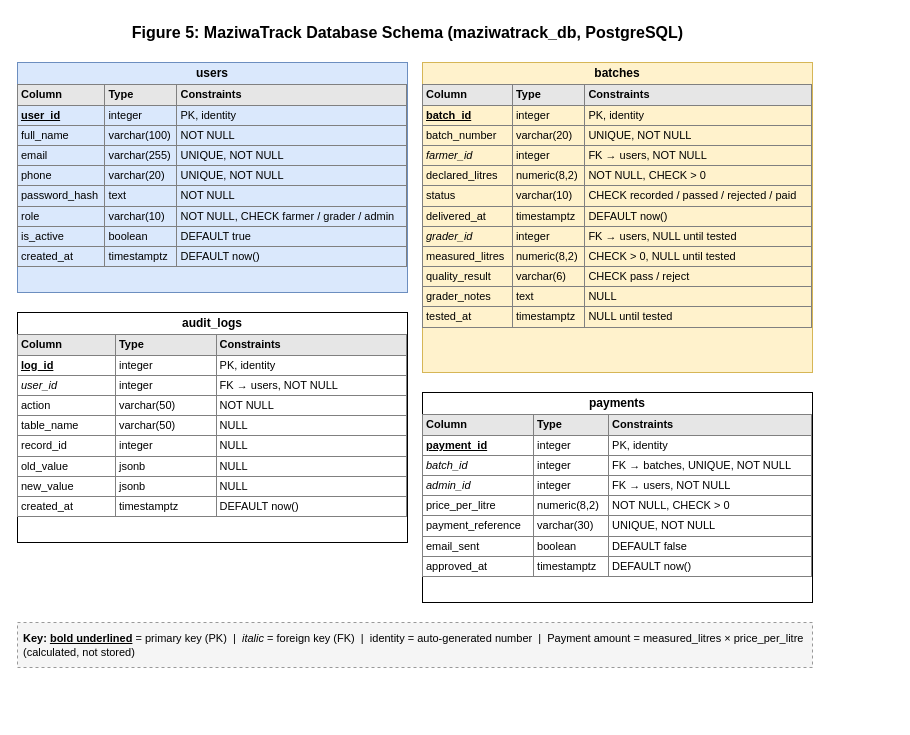
This is Diagrams/DB_Schema.drawio from Cs-Star-Korir/Maziwa_Track_IS, a draw.io file, before an edit. Source tidied: cells renumbered, new cells numbered last; positions are measured from the earlier drawing's top-left corner, leaving out a move shared by most shapes. Both pictures are drawn from the tidied source at 100%, with x=0, y=0 at pixel (17, 17).
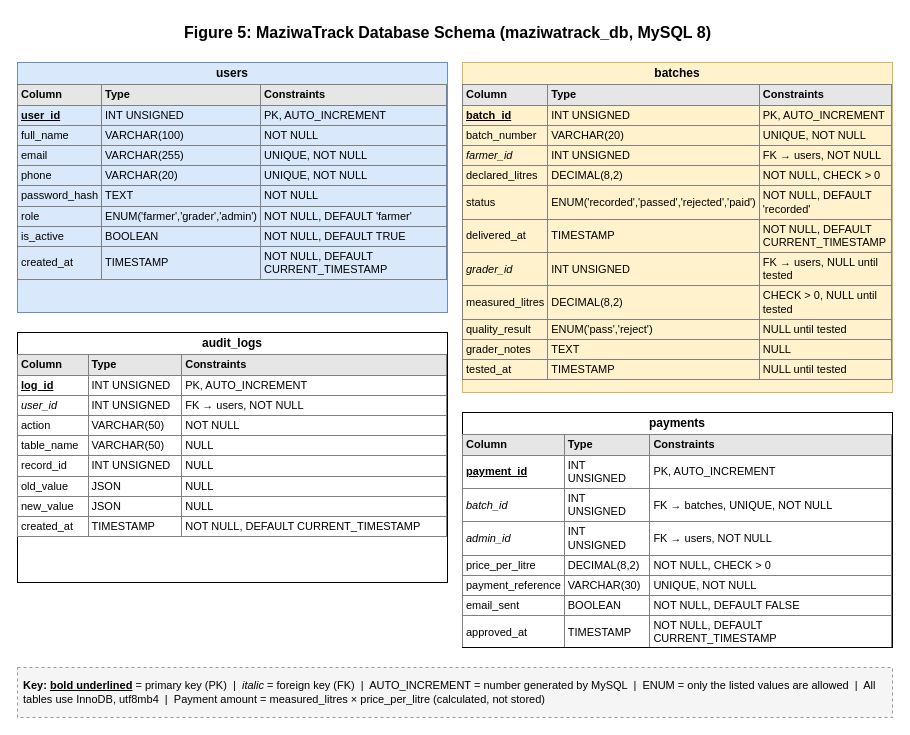
After the change.

The edit, as a diff of the source:
```diff
@@
 <mxGraphModel>
   <root>
     <mxCell id="0" />
     <mxCell id="1" parent="0" />
+    <mxCell id="8" style="group;" parent="1" vertex="1">
+      <mxGeometry width="875" height="700" as="geometry" />
+    </mxCell>
-    <mxCell id="2" value="Figure 5: MaziwaTrack Database Schema (maziwatrack_db, PostgreSQL)" style="text;html=1;align=center;verticalAlign=middle;fontSize=16;fontStyle=1;" parent="1" vertex="1">
-      <mxGeometry x="80" width="620" height="30" as="geometry" />
+    <mxCell id="2" value="Figure 5: MaziwaTrack Database Schema (maziwatrack_db, MySQL 8)" style="text;html=1;align=center;verticalAlign=middle;fontSize=16;fontStyle=1;" parent="8" vertex="1">
+      <mxGeometry x="110" width="640" height="30" as="geometry" />
     </mxCell>
-    <mxCell id="3" value="&lt;p style='margin:4px;text-align:center'&gt;&lt;b&gt;users&lt;/b&gt;&lt;/p&gt;&lt;table border='1' cellpadding='3' style='border-collapse:collapse;width:100%;font-size:11px'&gt;&lt;tr style='background:#e6e6e6'&gt;&lt;th align='left'&gt;Column&lt;/th&gt;&lt;th align='left'&gt;Type&lt;/th&gt;&lt;th align='left'&gt;Constraints&lt;/th&gt;&lt;/tr&gt;&lt;tr&gt;&lt;td&gt;&lt;b&gt;&lt;u&gt;user_id&lt;/u&gt;&lt;/b&gt;&lt;/td&gt;&lt;td&gt;integer&lt;/td&gt;&lt;td&gt;PK, identity&lt;/td&gt;&lt;/tr&gt;&lt;tr&gt;&lt;td&gt;full_name&lt;/td&gt;&lt;td&gt;varchar(100)&lt;/td&gt;&lt;td&gt;NOT NULL&lt;/td&gt;&lt;/tr&gt;&lt;tr&gt;&lt;td&gt;email&lt;/td&gt;&lt;td&gt;varchar(255)&lt;/td&gt;&lt;td&gt;UNIQUE, NOT NULL&lt;/td&gt;&lt;/tr&gt;&lt;tr&gt;&lt;td&gt;phone&lt;/td&gt;&lt;td&gt;varchar(20)&lt;/td&gt;&lt;td&gt;UNIQUE, NOT NULL&lt;/td&gt;&lt;/tr&gt;&lt;tr&gt;&lt;td&gt;password_hash&lt;/td&gt;&lt;td&gt;text&lt;/td&gt;&lt;td&gt;NOT NULL&lt;/td&gt;&lt;/tr&gt;&lt;tr&gt;&lt;td&gt;role&lt;/td&gt;&lt;td&gt;varchar(10)&lt;/td&gt;&lt;td&gt;NOT NULL, CHECK farmer / grader / admin&lt;/td&gt;&lt;/tr&gt;&lt;tr&gt;&lt;td&gt;is_active&lt;/td&gt;&lt;td&gt;boolean&lt;/td&gt;&lt;td&gt;DEFAULT true&lt;/td&gt;&lt;/tr&gt;&lt;tr&gt;&lt;td&gt;created_at&lt;/td&gt;&lt;td&gt;timestamptz&lt;/td&gt;&lt;td&gt;DEFAULT now()&lt;/td&gt;&lt;/tr&gt;&lt;/table&gt;" style="verticalAlign=top;align=left;overflow=fill;html=1;whiteSpace=wrap;fillColor=#dae8fc;strokeColor=#6c8ebf;" parent="1" vertex="1">
-      <mxGeometry y="45" width="390" height="230" as="geometry" />
+    <mxCell id="3" value="&lt;p style='margin:4px;text-align:center'&gt;&lt;b&gt;users&lt;/b&gt;&lt;/p&gt;&lt;table border='1' cellpadding='3' style='border-collapse:collapse;width:100%;font-size:11px'&gt;&lt;tr style='background:#e6e6e6'&gt;&lt;th align='left'&gt;Column&lt;/th&gt;&lt;th align='left'&gt;Type&lt;/th&gt;&lt;th align='left'&gt;Constraints&lt;/th&gt;&lt;/tr&gt;&lt;tr&gt;&lt;td&gt;&lt;b&gt;&lt;u&gt;user_id&lt;/u&gt;&lt;/b&gt;&lt;/td&gt;&lt;td&gt;INT UNSIGNED&lt;/td&gt;&lt;td&gt;PK, AUTO_INCREMENT&lt;/td&gt;&lt;/tr&gt;&lt;tr&gt;&lt;td&gt;full_name&lt;/td&gt;&lt;td&gt;VARCHAR(100)&lt;/td&gt;&lt;td&gt;NOT NULL&lt;/td&gt;&lt;/tr&gt;&lt;tr&gt;&lt;td&gt;email&lt;/td&gt;&lt;td&gt;VARCHAR(255)&lt;/td&gt;&lt;td&gt;UNIQUE, NOT NULL&lt;/td&gt;&lt;/tr&gt;&lt;tr&gt;&lt;td&gt;phone&lt;/td&gt;&lt;td&gt;VARCHAR(20)&lt;/td&gt;&lt;td&gt;UNIQUE, NOT NULL&lt;/td&gt;&lt;/tr&gt;&lt;tr&gt;&lt;td&gt;password_hash&lt;/td&gt;&lt;td&gt;TEXT&lt;/td&gt;&lt;td&gt;NOT NULL&lt;/td&gt;&lt;/tr&gt;&lt;tr&gt;&lt;td&gt;role&lt;/td&gt;&lt;td&gt;ENUM('farmer','grader','admin')&lt;/td&gt;&lt;td&gt;NOT NULL, DEFAULT 'farmer'&lt;/td&gt;&lt;/tr&gt;&lt;tr&gt;&lt;td&gt;is_active&lt;/td&gt;&lt;td&gt;BOOLEAN&lt;/td&gt;&lt;td&gt;NOT NULL, DEFAULT TRUE&lt;/td&gt;&lt;/tr&gt;&lt;tr&gt;&lt;td&gt;created_at&lt;/td&gt;&lt;td&gt;TIMESTAMP&lt;/td&gt;&lt;td&gt;NOT NULL, DEFAULT CURRENT_TIMESTAMP&lt;/td&gt;&lt;/tr&gt;&lt;/table&gt;" style="verticalAlign=top;align=left;overflow=fill;html=1;whiteSpace=wrap;fillColor=#dae8fc;strokeColor=#6c8ebf;" parent="8" vertex="1">
+      <mxGeometry y="45" width="430" height="250" as="geometry" />
     </mxCell>
-    <mxCell id="4" value="&lt;p style='margin:4px;text-align:center'&gt;&lt;b&gt;batches&lt;/b&gt;&lt;/p&gt;&lt;table border='1' cellpadding='3' style='border-collapse:collapse;width:100%;font-size:11px'&gt;&lt;tr style='background:#e6e6e6'&gt;&lt;th align='left'&gt;Column&lt;/th&gt;&lt;th align='left'&gt;Type&lt;/th&gt;&lt;th align='left'&gt;Constraints&lt;/th&gt;&lt;/tr&gt;&lt;tr&gt;&lt;td&gt;&lt;b&gt;&lt;u&gt;batch_id&lt;/u&gt;&lt;/b&gt;&lt;/td&gt;&lt;td&gt;integer&lt;/td&gt;&lt;td&gt;PK, identity&lt;/td&gt;&lt;/tr&gt;&lt;tr&gt;&lt;td&gt;batch_number&lt;/td&gt;&lt;td&gt;varchar(20)&lt;/td&gt;&lt;td&gt;UNIQUE, NOT NULL&lt;/td&gt;&lt;/tr&gt;&lt;tr&gt;&lt;td&gt;&lt;i&gt;farmer_id&lt;/i&gt;&lt;/td&gt;&lt;td&gt;integer&lt;/td&gt;&lt;td&gt;FK → users, NOT NULL&lt;/td&gt;&lt;/tr&gt;&lt;tr&gt;&lt;td&gt;declared_litres&lt;/td&gt;&lt;td&gt;numeric(8,2)&lt;/td&gt;&lt;td&gt;NOT NULL, CHECK &amp;gt; 0&lt;/td&gt;&lt;/tr&gt;&lt;tr&gt;&lt;td&gt;status&lt;/td&gt;&lt;td&gt;varchar(10)&lt;/td&gt;&lt;td&gt;CHECK recorded / passed / rejected / paid&lt;/td&gt;&lt;/tr&gt;&lt;tr&gt;&lt;td&gt;delivered_at&lt;/td&gt;&lt;td&gt;timestamptz&lt;/td&gt;&lt;td&gt;DEFAULT now()&lt;/td&gt;&lt;/tr&gt;&lt;tr&gt;&lt;td&gt;&lt;i&gt;grader_id&lt;/i&gt;&lt;/td&gt;&lt;td&gt;integer&lt;/td&gt;&lt;td&gt;FK → users, NULL until tested&lt;/td&gt;&lt;/tr&gt;&lt;tr&gt;&lt;td&gt;measured_litres&lt;/td&gt;&lt;td&gt;numeric(8,2)&lt;/td&gt;&lt;td&gt;CHECK &amp;gt; 0, NULL until tested&lt;/td&gt;&lt;/tr&gt;&lt;tr&gt;&lt;td&gt;quality_result&lt;/td&gt;&lt;td&gt;varchar(6)&lt;/td&gt;&lt;td&gt;CHECK pass / reject&lt;/td&gt;&lt;/tr&gt;&lt;tr&gt;&lt;td&gt;grader_notes&lt;/td&gt;&lt;td&gt;text&lt;/td&gt;&lt;td&gt;NULL&lt;/td&gt;&lt;/tr&gt;&lt;tr&gt;&lt;td&gt;tested_at&lt;/td&gt;&lt;td&gt;timestamptz&lt;/td&gt;&lt;td&gt;NULL until tested&lt;/td&gt;&lt;/tr&gt;&lt;/table&gt;" style="verticalAlign=top;align=left;overflow=fill;html=1;whiteSpace=wrap;fillColor=#fff2cc;strokeColor=#d6b656;" parent="1" vertex="1">
-      <mxGeometry x="405" y="45" width="390" height="310" as="geometry" />
+    <mxCell id="4" value="&lt;p style='margin:4px;text-align:center'&gt;&lt;b&gt;batches&lt;/b&gt;&lt;/p&gt;&lt;table border='1' cellpadding='3' style='border-collapse:collapse;width:100%;font-size:11px'&gt;&lt;tr style='background:#e6e6e6'&gt;&lt;th align='left'&gt;Column&lt;/th&gt;&lt;th align='left'&gt;Type&lt;/th&gt;&lt;th align='left'&gt;Constraints&lt;/th&gt;&lt;/tr&gt;&lt;tr&gt;&lt;td&gt;&lt;b&gt;&lt;u&gt;batch_id&lt;/u&gt;&lt;/b&gt;&lt;/td&gt;&lt;td&gt;INT UNSIGNED&lt;/td&gt;&lt;td&gt;PK, AUTO_INCREMENT&lt;/td&gt;&lt;/tr&gt;&lt;tr&gt;&lt;td&gt;batch_number&lt;/td&gt;&lt;td&gt;VARCHAR(20)&lt;/td&gt;&lt;td&gt;UNIQUE, NOT NULL&lt;/td&gt;&lt;/tr&gt;&lt;tr&gt;&lt;td&gt;&lt;i&gt;farmer_id&lt;/i&gt;&lt;/td&gt;&lt;td&gt;INT UNSIGNED&lt;/td&gt;&lt;td&gt;FK → users, NOT NULL&lt;/td&gt;&lt;/tr&gt;&lt;tr&gt;&lt;td&gt;declared_litres&lt;/td&gt;&lt;td&gt;DECIMAL(8,2)&lt;/td&gt;&lt;td&gt;NOT NULL, CHECK &amp;gt; 0&lt;/td&gt;&lt;/tr&gt;&lt;tr&gt;&lt;td&gt;status&lt;/td&gt;&lt;td&gt;ENUM('recorded','passed','rejected','paid')&lt;/td&gt;&lt;td&gt;NOT NULL, DEFAULT 'recorded'&lt;/td&gt;&lt;/tr&gt;&lt;tr&gt;&lt;td&gt;delivered_at&lt;/td&gt;&lt;td&gt;TIMESTAMP&lt;/td&gt;&lt;td&gt;NOT NULL, DEFAULT CURRENT_TIMESTAMP&lt;/td&gt;&lt;/tr&gt;&lt;tr&gt;&lt;td&gt;&lt;i&gt;grader_id&lt;/i&gt;&lt;/td&gt;&lt;td&gt;INT UNSIGNED&lt;/td&gt;&lt;td&gt;FK → users, NULL until tested&lt;/td&gt;&lt;/tr&gt;&lt;tr&gt;&lt;td&gt;measured_litres&lt;/td&gt;&lt;td&gt;DECIMAL(8,2)&lt;/td&gt;&lt;td&gt;CHECK &amp;gt; 0, NULL until tested&lt;/td&gt;&lt;/tr&gt;&lt;tr&gt;&lt;td&gt;quality_result&lt;/td&gt;&lt;td&gt;ENUM('pass','reject')&lt;/td&gt;&lt;td&gt;NULL until tested&lt;/td&gt;&lt;/tr&gt;&lt;tr&gt;&lt;td&gt;grader_notes&lt;/td&gt;&lt;td&gt;TEXT&lt;/td&gt;&lt;td&gt;NULL&lt;/td&gt;&lt;/tr&gt;&lt;tr&gt;&lt;td&gt;tested_at&lt;/td&gt;&lt;td&gt;TIMESTAMP&lt;/td&gt;&lt;td&gt;NULL until tested&lt;/td&gt;&lt;/tr&gt;&lt;/table&gt;" style="verticalAlign=top;align=left;overflow=fill;html=1;whiteSpace=wrap;fillColor=#fff2cc;strokeColor=#d6b656;" parent="8" vertex="1">
+      <mxGeometry x="445" y="45" width="430" height="330" as="geometry" />
     </mxCell>
-    <mxCell id="5" value="&lt;p style='margin:4px;text-align:center'&gt;&lt;b&gt;audit_logs&lt;/b&gt;&lt;/p&gt;&lt;table border='1' cellpadding='3' style='border-collapse:collapse;width:100%;font-size:11px'&gt;&lt;tr style='background:#e6e6e6'&gt;&lt;th align='left'&gt;Column&lt;/th&gt;&lt;th align='left'&gt;Type&lt;/th&gt;&lt;th align='left'&gt;Constraints&lt;/th&gt;&lt;/tr&gt;&lt;tr&gt;&lt;td&gt;&lt;b&gt;&lt;u&gt;log_id&lt;/u&gt;&lt;/b&gt;&lt;/td&gt;&lt;td&gt;integer&lt;/td&gt;&lt;td&gt;PK, identity&lt;/td&gt;&lt;/tr&gt;&lt;tr&gt;&lt;td&gt;&lt;i&gt;user_id&lt;/i&gt;&lt;/td&gt;&lt;td&gt;integer&lt;/td&gt;&lt;td&gt;FK → users, NOT NULL&lt;/td&gt;&lt;/tr&gt;&lt;tr&gt;&lt;td&gt;action&lt;/td&gt;&lt;td&gt;varchar(50)&lt;/td&gt;&lt;td&gt;NOT NULL&lt;/td&gt;&lt;/tr&gt;&lt;tr&gt;&lt;td&gt;table_name&lt;/td&gt;&lt;td&gt;varchar(50)&lt;/td&gt;&lt;td&gt;NULL&lt;/td&gt;&lt;/tr&gt;&lt;tr&gt;&lt;td&gt;record_id&lt;/td&gt;&lt;td&gt;integer&lt;/td&gt;&lt;td&gt;NULL&lt;/td&gt;&lt;/tr&gt;&lt;tr&gt;&lt;td&gt;old_value&lt;/td&gt;&lt;td&gt;jsonb&lt;/td&gt;&lt;td&gt;NULL&lt;/td&gt;&lt;/tr&gt;&lt;tr&gt;&lt;td&gt;new_value&lt;/td&gt;&lt;td&gt;jsonb&lt;/td&gt;&lt;td&gt;NULL&lt;/td&gt;&lt;/tr&gt;&lt;tr&gt;&lt;td&gt;created_at&lt;/td&gt;&lt;td&gt;timestamptz&lt;/td&gt;&lt;td&gt;DEFAULT now()&lt;/td&gt;&lt;/tr&gt;&lt;/table&gt;" style="verticalAlign=top;align=left;overflow=fill;html=1;whiteSpace=wrap;" parent="1" vertex="1">
-      <mxGeometry y="295" width="390" height="230" as="geometry" />
-    </mxCell>
+    <mxCell id="9" value="&lt;p style='margin:4px;text-align:center'&gt;&lt;b&gt;audit_logs&lt;/b&gt;&lt;/p&gt;&lt;table border='1' cellpadding='3' style='border-collapse:collapse;width:100%;font-size:11px'&gt;&lt;tr style='background:#e6e6e6'&gt;&lt;th align='left'&gt;Column&lt;/th&gt;&lt;th align='left'&gt;Type&lt;/th&gt;&lt;th align='left'&gt;Constraints&lt;/th&gt;&lt;/tr&gt;&lt;tr&gt;&lt;td&gt;&lt;b&gt;&lt;u&gt;log_id&lt;/u&gt;&lt;/b&gt;&lt;/td&gt;&lt;td&gt;INT UNSIGNED&lt;/td&gt;&lt;td&gt;PK, AUTO_INCREMENT&lt;/td&gt;&lt;/tr&gt;&lt;tr&gt;&lt;td&gt;&lt;i&gt;user_id&lt;/i&gt;&lt;/td&gt;&lt;td&gt;INT UNSIGNED&lt;/td&gt;&lt;td&gt;FK → users, NOT NULL&lt;/td&gt;&lt;/tr&gt;&lt;tr&gt;&lt;td&gt;action&lt;/td&gt;&lt;td&gt;VARCHAR(50)&lt;/td&gt;&lt;td&gt;NOT NULL&lt;/td&gt;&lt;/tr&gt;&lt;tr&gt;&lt;td&gt;table_name&lt;/td&gt;&lt;td&gt;VARCHAR(50)&lt;/td&gt;&lt;td&gt;NULL&lt;/td&gt;&lt;/tr&gt;&lt;tr&gt;&lt;td&gt;record_id&lt;/td&gt;&lt;td&gt;INT UNSIGNED&lt;/td&gt;&lt;td&gt;NULL&lt;/td&gt;&lt;/tr&gt;&lt;tr&gt;&lt;td&gt;old_value&lt;/td&gt;&lt;td&gt;JSON&lt;/td&gt;&lt;td&gt;NULL&lt;/td&gt;&lt;/tr&gt;&lt;tr&gt;&lt;td&gt;new_value&lt;/td&gt;&lt;td&gt;JSON&lt;/td&gt;&lt;td&gt;NULL&lt;/td&gt;&lt;/tr&gt;&lt;tr&gt;&lt;td&gt;created_at&lt;/td&gt;&lt;td&gt;TIMESTAMP&lt;/td&gt;&lt;td&gt;NOT NULL, DEFAULT CURRENT_TIMESTAMP&lt;/td&gt;&lt;/tr&gt;&lt;/table&gt;" style="verticalAlign=top;align=left;overflow=fill;html=1;whiteSpace=wrap;" parent="8" vertex="1">
+      <mxGeometry y="315" width="430" height="250" as="geometry" />
+    </mxCell>
-    <mxCell id="6" value="&lt;p style='margin:4px;text-align:center'&gt;&lt;b&gt;payments&lt;/b&gt;&lt;/p&gt;&lt;table border='1' cellpadding='3' style='border-collapse:collapse;width:100%;font-size:11px'&gt;&lt;tr style='background:#e6e6e6'&gt;&lt;th align='left'&gt;Column&lt;/th&gt;&lt;th align='left'&gt;Type&lt;/th&gt;&lt;th align='left'&gt;Constraints&lt;/th&gt;&lt;/tr&gt;&lt;tr&gt;&lt;td&gt;&lt;b&gt;&lt;u&gt;payment_id&lt;/u&gt;&lt;/b&gt;&lt;/td&gt;&lt;td&gt;integer&lt;/td&gt;&lt;td&gt;PK, identity&lt;/td&gt;&lt;/tr&gt;&lt;tr&gt;&lt;td&gt;&lt;i&gt;batch_id&lt;/i&gt;&lt;/td&gt;&lt;td&gt;integer&lt;/td&gt;&lt;td&gt;FK → batches, UNIQUE, NOT NULL&lt;/td&gt;&lt;/tr&gt;&lt;tr&gt;&lt;td&gt;&lt;i&gt;admin_id&lt;/i&gt;&lt;/td&gt;&lt;td&gt;integer&lt;/td&gt;&lt;td&gt;FK → users, NOT NULL&lt;/td&gt;&lt;/tr&gt;&lt;tr&gt;&lt;td&gt;price_per_litre&lt;/td&gt;&lt;td&gt;numeric(8,2)&lt;/td&gt;&lt;td&gt;NOT NULL, CHECK &amp;gt; 0&lt;/td&gt;&lt;/tr&gt;&lt;tr&gt;&lt;td&gt;payment_reference&lt;/td&gt;&lt;td&gt;varchar(30)&lt;/td&gt;&lt;td&gt;UNIQUE, NOT NULL&lt;/td&gt;&lt;/tr&gt;&lt;tr&gt;&lt;td&gt;email_sent&lt;/td&gt;&lt;td&gt;boolean&lt;/td&gt;&lt;td&gt;DEFAULT false&lt;/td&gt;&lt;/tr&gt;&lt;tr&gt;&lt;td&gt;approved_at&lt;/td&gt;&lt;td&gt;timestamptz&lt;/td&gt;&lt;td&gt;DEFAULT now()&lt;/td&gt;&lt;/tr&gt;&lt;/table&gt;" style="verticalAlign=top;align=left;overflow=fill;html=1;whiteSpace=wrap;" parent="1" vertex="1">
-      <mxGeometry x="405" y="375" width="390" height="210" as="geometry" />
+    <mxCell id="6" value="&lt;p style='margin:4px;text-align:center'&gt;&lt;b&gt;payments&lt;/b&gt;&lt;/p&gt;&lt;table border='1' cellpadding='3' style='border-collapse:collapse;width:100%;font-size:11px'&gt;&lt;tr style='background:#e6e6e6'&gt;&lt;th align='left'&gt;Column&lt;/th&gt;&lt;th align='left'&gt;Type&lt;/th&gt;&lt;th align='left'&gt;Constraints&lt;/th&gt;&lt;/tr&gt;&lt;tr&gt;&lt;td&gt;&lt;b&gt;&lt;u&gt;payment_id&lt;/u&gt;&lt;/b&gt;&lt;/td&gt;&lt;td&gt;INT UNSIGNED&lt;/td&gt;&lt;td&gt;PK, AUTO_INCREMENT&lt;/td&gt;&lt;/tr&gt;&lt;tr&gt;&lt;td&gt;&lt;i&gt;batch_id&lt;/i&gt;&lt;/td&gt;&lt;td&gt;INT UNSIGNED&lt;/td&gt;&lt;td&gt;FK → batches, UNIQUE, NOT NULL&lt;/td&gt;&lt;/tr&gt;&lt;tr&gt;&lt;td&gt;&lt;i&gt;admin_id&lt;/i&gt;&lt;/td&gt;&lt;td&gt;INT UNSIGNED&lt;/td&gt;&lt;td&gt;FK → users, NOT NULL&lt;/td&gt;&lt;/tr&gt;&lt;tr&gt;&lt;td&gt;price_per_litre&lt;/td&gt;&lt;td&gt;DECIMAL(8,2)&lt;/td&gt;&lt;td&gt;NOT NULL, CHECK &amp;gt; 0&lt;/td&gt;&lt;/tr&gt;&lt;tr&gt;&lt;td&gt;payment_reference&lt;/td&gt;&lt;td&gt;VARCHAR(30)&lt;/td&gt;&lt;td&gt;UNIQUE, NOT NULL&lt;/td&gt;&lt;/tr&gt;&lt;tr&gt;&lt;td&gt;email_sent&lt;/td&gt;&lt;td&gt;BOOLEAN&lt;/td&gt;&lt;td&gt;NOT NULL, DEFAULT FALSE&lt;/td&gt;&lt;/tr&gt;&lt;tr&gt;&lt;td&gt;approved_at&lt;/td&gt;&lt;td&gt;TIMESTAMP&lt;/td&gt;&lt;td&gt;NOT NULL, DEFAULT CURRENT_TIMESTAMP&lt;/td&gt;&lt;/tr&gt;&lt;/table&gt;" style="verticalAlign=top;align=left;overflow=fill;html=1;whiteSpace=wrap;" parent="8" vertex="1">
+      <mxGeometry x="445" y="395" width="430" height="235" as="geometry" />
     </mxCell>
-    <mxCell id="7" value="&lt;b&gt;Key:&lt;/b&gt; &lt;b&gt;&lt;u&gt;bold underlined&lt;/u&gt;&lt;/b&gt; = primary key (PK) &amp;nbsp;|&amp;nbsp; &lt;i&gt;italic&lt;/i&gt; = foreign key (FK) &amp;nbsp;|&amp;nbsp; identity = auto-generated number &amp;nbsp;|&amp;nbsp; Payment amount = measured_litres × price_per_litre (calculated, not stored)" style="text;html=1;align=left;verticalAlign=middle;whiteSpace=wrap;fontSize=11;fillColor=#f5f5f5;strokeColor=#999999;dashed=1;spacing=6;" parent="1" vertex="1">
-      <mxGeometry y="605" width="795" height="45" as="geometry" />
+    <mxCell id="7" value="&lt;b&gt;Key:&lt;/b&gt; &lt;b&gt;&lt;u&gt;bold underlined&lt;/u&gt;&lt;/b&gt; = primary key (PK) &amp;nbsp;|&amp;nbsp; &lt;i&gt;italic&lt;/i&gt; = foreign key (FK) &amp;nbsp;|&amp;nbsp; AUTO_INCREMENT = number generated by MySQL &amp;nbsp;|&amp;nbsp; ENUM = only the listed values are allowed &amp;nbsp;|&amp;nbsp; All tables use InnoDB, utf8mb4 &amp;nbsp;|&amp;nbsp; Payment amount = measured_litres × price_per_litre (calculated, not stored)" style="text;html=1;align=left;verticalAlign=middle;whiteSpace=wrap;fontSize=11;fillColor=#f5f5f5;strokeColor=#999999;dashed=1;spacing=6;" parent="8" vertex="1">
+      <mxGeometry y="650" width="875" height="50" as="geometry" />
     </mxCell>
   </root>
 </mxGraphModel>
```
